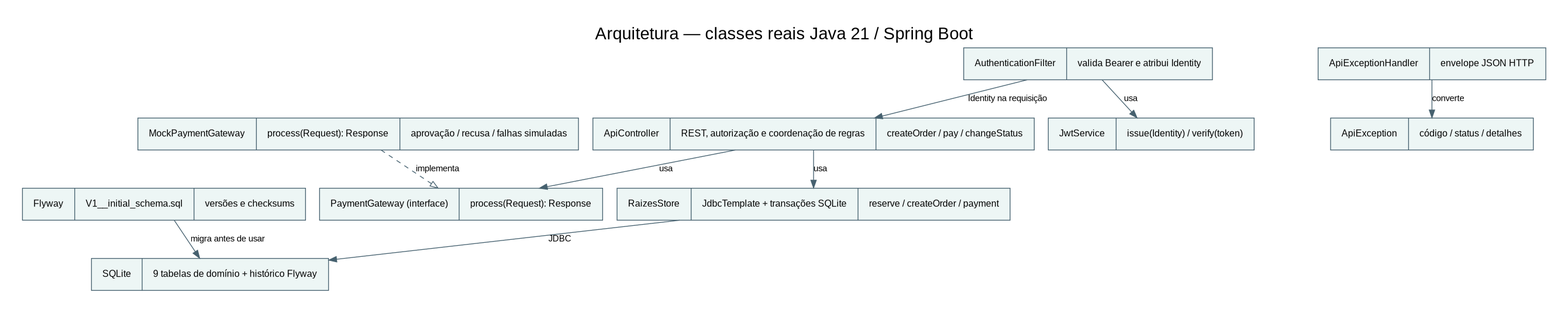
This is docs/diagramas/03_arquitetura_java.png from angelicafolgado/raizes-do-nordeste, a Graphviz export, as it was before one commit. Its source is kept beside it as docs/diagramas/03_arquitetura_java.dot.
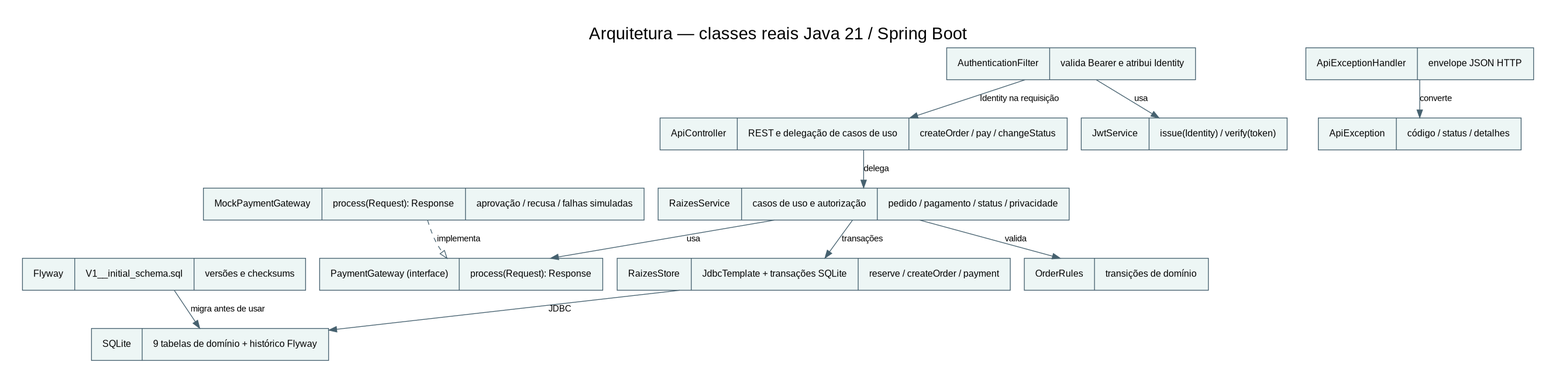
Above is the later version.

Change to the diagram source:
```diff
@@ -2,7 +2,7 @@
  graph [rankdir=TB,bgcolor="white",pad=0.4,fontname="Arial",label="Arquitetura — classes reais Java 21 / Spring Boot",labelloc=t,fontsize=22];
  node [shape=record,style=filled,fillcolor="#edf6f5",color="#46616f",fontname="Arial",fontsize=12,margin=0.2];
  edge [fontname="Arial",fontsize=11,color="#46616f"];
- Api [label="ApiController|REST, autorização e coordenação de regras|createOrder / pay / changeStatus"];
+ Api [label="ApiController|REST e delegação de casos de uso|createOrder / pay / changeStatus"];
  Store [label="RaizesStore|JdbcTemplate + transações SQLite|reserve / createOrder / payment"];
  Gateway [label="PaymentGateway (interface)|process(Request): Response"];
  Mock [label="MockPaymentGateway|process(Request): Response|aprovação / recusa / falhas simuladas"];
@@ -12,8 +12,12 @@
  Exception [label="ApiException|código / status / detalhes"];
  Flyway [label="Flyway|V1__initial_schema.sql|versões e checksums"];
  DB [label="SQLite|9 tabelas de domínio + histórico Flyway"];
- Api -> Store [label="usa"];
- Api -> Gateway [label="usa"];
+ Service [label="RaizesService|casos de uso e autorização|pedido / pagamento / status / privacidade"];
+ Rules [label="OrderRules|transições de domínio"];
+ Api -> Service [label="delega"];
+ Service -> Store [label="transações"];
+ Service -> Rules [label="valida"];
+ Service -> Gateway [label="usa"];
  Mock -> Gateway [label="implementa",style=dashed,arrowhead=empty];
  Filter -> Jwt [label="usa"];
  Filter -> Api [label="Identity na requisição"];
```
